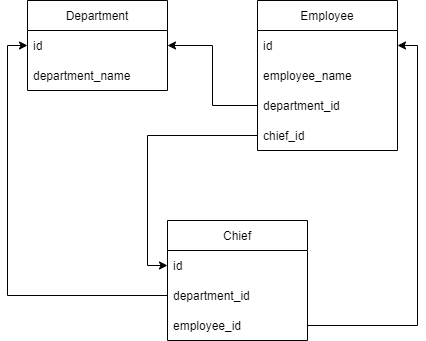
EwgeniyGaas/SQL-learning keeps this draw.io diagram as Employee_bd scheme.png. Above is the earlier version. Source tidied: cells renumbered, new cells last; positions are measured from the earlier drawing's top-left corner, leaving out a move shared by most shapes.
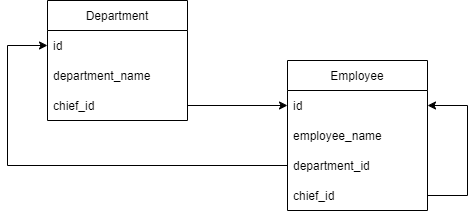
The same diagram one commit later.

Commit message:
changed database Employee

Diff of the diagram source:
```diff
@@ -3,7 +3,7 @@
     <mxCell id="0" />
     <mxCell id="1" parent="0" />
     <mxCell id="2" value="Employee" style="swimlane;fontStyle=0;horizontal=1;startSize=30;" parent="1" vertex="1">
-      <mxGeometry x="230" width="140" height="150" as="geometry" />
+      <mxGeometry x="240" y="60" width="140" height="150" as="geometry" />
     </mxCell>
     <mxCell id="3" value="id" style="text;strokeColor=none;fillColor=none;align=left;verticalAlign=middle;spacingLeft=4;spacingRight=4;overflow=hidden;points=[[0,0.5],[1,0.5]];portConstraint=eastwest;" parent="2" vertex="1">
       <mxGeometry y="30" width="140" height="30" as="geometry" />
@@ -14,11 +14,19 @@
     <mxCell id="5" value="department_id" style="text;strokeColor=none;fillColor=none;align=left;verticalAlign=middle;spacingLeft=4;spacingRight=4;overflow=hidden;points=[[0,0.5],[1,0.5]];portConstraint=eastwest;" parent="2" vertex="1">
       <mxGeometry y="90" width="140" height="30" as="geometry" />
     </mxCell>
+    <mxCell id="18" style="edgeStyle=orthogonalEdgeStyle;rounded=0;jettySize=auto;html=1;exitX=1;exitY=0.5;exitDx=0;exitDy=0;entryX=1;entryY=0.5;entryDx=0;entryDy=0;" parent="2" edge="1" source="6" target="3">
+      <mxGeometry relative="1" as="geometry">
+        <Array as="points">
+          <mxPoint x="180" y="135" />
+          <mxPoint x="180" y="45" />
+        </Array>
+      </mxGeometry>
+    </mxCell>
     <mxCell id="6" value="chief_id" style="text;strokeColor=none;fillColor=none;align=left;verticalAlign=middle;spacingLeft=4;spacingRight=4;overflow=hidden;points=[[0,0.5],[1,0.5]];portConstraint=eastwest;" parent="2" vertex="1">
       <mxGeometry y="120" width="140" height="30" as="geometry" />
     </mxCell>
     <mxCell id="7" value="Department" style="swimlane;fontStyle=0;horizontal=1;startSize=30;" parent="1" vertex="1">
-      <mxGeometry width="140" height="90" as="geometry" />
+      <mxGeometry width="140" height="120" as="geometry" />
     </mxCell>
     <mxCell id="8" value="id" style="text;strokeColor=none;fillColor=none;align=left;verticalAlign=middle;spacingLeft=4;spacingRight=4;overflow=hidden;points=[[0,0.5],[1,0.5]];portConstraint=eastwest;" parent="7" vertex="1">
       <mxGeometry y="30" width="140" height="30" as="geometry" />
@@ -26,29 +34,19 @@
     <mxCell id="9" value="department_name" style="text;strokeColor=none;fillColor=none;align=left;verticalAlign=middle;spacingLeft=4;spacingRight=4;overflow=hidden;" parent="7" vertex="1">
       <mxGeometry y="60" width="140" height="30" as="geometry" />
     </mxCell>
+    <mxCell id="19" value="chief_id" style="text;strokeColor=none;fillColor=none;align=left;verticalAlign=middle;spacingLeft=4;spacingRight=4;overflow=hidden;points=[[0,0.5],[1,0.5]];portConstraint=eastwest;" parent="7" vertex="1">
+      <mxGeometry y="90" width="140" height="30" as="geometry" />
+    </mxCell>
+    <mxCell id="20" style="edgeStyle=orthogonalEdgeStyle;rounded=0;jettySize=auto;html=1;exitX=1;exitY=0.5;exitDx=0;exitDy=0;" parent="1" edge="1" source="19" target="3">
+      <mxGeometry relative="1" as="geometry" />
+    </mxCell>
-    <mxCell id="10" style="edgeStyle=orthogonalEdgeStyle;rounded=0;jettySize=auto;html=1;exitX=0;exitY=0.5;exitDx=0;exitDy=0;entryX=1;entryY=0.5;entryDx=0;entryDy=0;" parent="1" edge="1" source="5" target="8">
-      <mxGeometry relative="1" as="geometry" />
+    <mxCell id="10" style="edgeStyle=orthogonalEdgeStyle;rounded=0;jettySize=auto;html=1;exitX=0;exitY=0.5;exitDx=0;exitDy=0;entryX=0;entryY=0.5;entryDx=0;entryDy=0;" parent="1" edge="1" source="5" target="8">
+      <mxGeometry relative="1" as="geometry">
+        <Array as="points">
+          <mxPoint x="-40" y="165" />
+          <mxPoint x="-40" y="45" />
+        </Array>
+      </mxGeometry>
     </mxCell>
-    <mxCell id="11" value="Chief" style="swimlane;fontStyle=0;horizontal=1;startSize=30;" parent="1" vertex="1">
-      <mxGeometry x="140" y="220" width="140" height="120" as="geometry" />
-    </mxCell>
-    <mxCell id="12" value="id" style="text;strokeColor=none;fillColor=none;align=left;verticalAlign=middle;spacingLeft=4;spacingRight=4;overflow=hidden;points=[[0,0.5],[1,0.5]];portConstraint=eastwest;" parent="11" vertex="1">
-      <mxGeometry y="30" width="140" height="30" as="geometry" />
-    </mxCell>
-    <mxCell id="13" value="department_id" style="text;strokeColor=none;fillColor=none;align=left;verticalAlign=middle;spacingLeft=4;spacingRight=4;overflow=hidden;points=[[0,0.5],[1,0.5]];portConstraint=eastwest;" parent="11" vertex="1">
-      <mxGeometry y="60" width="140" height="30" as="geometry" />
-    </mxCell>
-    <mxCell id="14" value="employee_id" style="text;strokeColor=none;fillColor=none;align=left;verticalAlign=middle;spacingLeft=4;spacingRight=4;overflow=hidden;points=[[0,0.5],[1,0.5]];portConstraint=eastwest;" parent="11" vertex="1">
-      <mxGeometry y="90" width="140" height="30" as="geometry" />
-    </mxCell>
-    <mxCell id="15" style="edgeStyle=orthogonalEdgeStyle;rounded=0;jettySize=auto;html=1;exitX=0;exitY=0.5;exitDx=0;exitDy=0;entryX=0;entryY=0.5;entryDx=0;entryDy=0;" parent="1" edge="1" source="6" target="12">
-      <mxGeometry relative="1" as="geometry" />
-    </mxCell>
-    <mxCell id="16" style="edgeStyle=orthogonalEdgeStyle;rounded=0;jettySize=auto;html=1;exitX=0;exitY=0.5;exitDx=0;exitDy=0;entryX=0;entryY=0.5;entryDx=0;entryDy=0;" parent="1" edge="1" source="13" target="8">
-      <mxGeometry relative="1" as="geometry" />
-    </mxCell>
-    <mxCell id="17" style="edgeStyle=orthogonalEdgeStyle;rounded=0;jettySize=auto;html=1;exitX=1;exitY=0.5;exitDx=0;exitDy=0;entryX=1;entryY=0.5;entryDx=0;entryDy=0;" parent="1" edge="1" source="14" target="3">
-      <mxGeometry relative="1" as="geometry" />
-    </mxCell>
   </root>
 </mxGraphModel>
```
